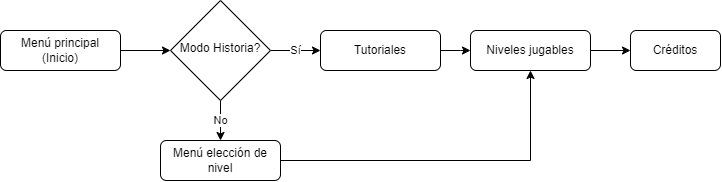
Before: Tesis/imagenes/FlujoDeJuego.png, a diagram exported from draw.io (AlasAltum/Thesis-IGACSE). Source tidied: cells renumbered, new cells last; positions are measured from the earlier drawing's top-left corner, leaving out a move shared by most shapes.
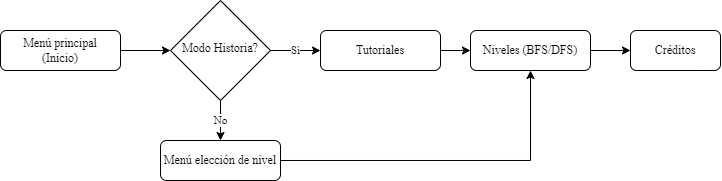
After the commit.

Change to the diagram source:
```diff
@@ -2,42 +2,42 @@
   <root>
     <mxCell id="0" />
     <mxCell id="1" parent="0" />
-    <mxCell id="2" style="edgeStyle=orthogonalEdgeStyle;rounded=0;jettySize=auto;html=1;entryX=0;entryY=0.5;entryDx=0;entryDy=0;" parent="1" edge="1" source="3" target="6">
+    <mxCell id="2" style="edgeStyle=orthogonalEdgeStyle;rounded=0;jettySize=auto;html=1;entryX=0;entryY=0.5;entryDx=0;entryDy=0;fontFamily=Times New Roman;" parent="1" edge="1" source="3" target="6">
       <mxGeometry relative="1" as="geometry" />
     </mxCell>
-    <mxCell id="3" value="Menú principal&lt;br&gt;(Inicio)" style="rounded=1;whiteSpace=wrap;html=1;fontSize=12;glass=0;strokeWidth=1;shadow=0;" parent="1" vertex="1">
+    <mxCell id="3" value="Menú principal&lt;br&gt;(Inicio)" style="rounded=1;whiteSpace=wrap;html=1;fontSize=12;glass=0;strokeWidth=1;shadow=0;fontFamily=Times New Roman;" parent="1" vertex="1">
       <mxGeometry y="30" width="120" height="40" as="geometry" />
     </mxCell>
-    <mxCell id="4" value="Sí" style="edgeStyle=orthogonalEdgeStyle;rounded=0;jettySize=auto;html=1;entryX=0;entryY=0.5;entryDx=0;entryDy=0;" parent="1" edge="1" source="6" target="10">
+    <mxCell id="4" value="Sí" style="edgeStyle=orthogonalEdgeStyle;rounded=0;jettySize=auto;html=1;entryX=0;entryY=0.5;entryDx=0;entryDy=0;fontFamily=Times New Roman;" parent="1" edge="1" source="6" target="10">
       <mxGeometry relative="1" as="geometry" />
     </mxCell>
-    <mxCell id="5" value="No" style="edgeStyle=orthogonalEdgeStyle;rounded=0;jettySize=auto;html=1;entryX=0.5;entryY=0;entryDx=0;entryDy=0;" parent="1" edge="1" source="6" target="8">
+    <mxCell id="5" value="No" style="edgeStyle=orthogonalEdgeStyle;rounded=0;jettySize=auto;html=1;entryX=0.5;entryY=0;entryDx=0;entryDy=0;fontFamily=Times New Roman;" parent="1" edge="1" source="6" target="8">
       <mxGeometry relative="1" as="geometry" />
     </mxCell>
-    <mxCell id="6" value="Modo Historia?" style="rhombus;whiteSpace=wrap;html=1;shadow=0;fontFamily=Helvetica;fontSize=12;align=center;strokeWidth=1;spacing=6;spacingTop=-4;" parent="1" vertex="1">
+    <mxCell id="6" value="Modo Historia?" style="rhombus;whiteSpace=wrap;html=1;shadow=0;fontFamily=Times New Roman;fontSize=12;align=center;strokeWidth=1;spacing=6;spacingTop=-4;" parent="1" vertex="1">
       <mxGeometry x="170" width="100" height="100" as="geometry" />
     </mxCell>
-    <mxCell id="7" style="edgeStyle=orthogonalEdgeStyle;rounded=0;jettySize=auto;html=1;entryX=0.5;entryY=1;entryDx=0;entryDy=0;" parent="1" edge="1" source="8" target="12">
+    <mxCell id="7" style="edgeStyle=orthogonalEdgeStyle;rounded=0;jettySize=auto;html=1;entryX=0.5;entryY=1;entryDx=0;entryDy=0;fontFamily=Times New Roman;" parent="1" edge="1" source="8" target="12">
       <mxGeometry relative="1" as="geometry" />
     </mxCell>
-    <mxCell id="8" value="Menú elección de nivel" style="rounded=1;whiteSpace=wrap;html=1;fontSize=12;glass=0;strokeWidth=1;shadow=0;" parent="1" vertex="1">
+    <mxCell id="8" value="Menú elección de nivel" style="rounded=1;whiteSpace=wrap;html=1;fontSize=12;glass=0;strokeWidth=1;shadow=0;fontFamily=Times New Roman;" parent="1" vertex="1">
       <mxGeometry x="160" y="140" width="120" height="40" as="geometry" />
     </mxCell>
-    <mxCell id="9" style="edgeStyle=orthogonalEdgeStyle;rounded=0;jettySize=auto;html=1;" parent="1" edge="1" source="10">
+    <mxCell id="9" style="edgeStyle=orthogonalEdgeStyle;rounded=0;jettySize=auto;html=1;fontFamily=Times New Roman;" parent="1" edge="1" source="10">
       <mxGeometry relative="1" as="geometry">
         <mxPoint x="470" y="50" as="targetPoint" />
       </mxGeometry>
     </mxCell>
-    <mxCell id="10" value="Tutoriales" style="rounded=1;whiteSpace=wrap;html=1;fontSize=12;glass=0;strokeWidth=1;shadow=0;" parent="1" vertex="1">
+    <mxCell id="10" value="Tutoriales" style="rounded=1;whiteSpace=wrap;html=1;fontSize=12;glass=0;strokeWidth=1;shadow=0;fontFamily=Times New Roman;" parent="1" vertex="1">
       <mxGeometry x="320" y="30" width="120" height="40" as="geometry" />
     </mxCell>
-    <mxCell id="11" style="edgeStyle=orthogonalEdgeStyle;rounded=0;jettySize=auto;html=1;entryX=0;entryY=0.5;entryDx=0;entryDy=0;" parent="1" edge="1" source="12" target="13">
+    <mxCell id="11" style="edgeStyle=orthogonalEdgeStyle;rounded=0;jettySize=auto;html=1;entryX=0;entryY=0.5;entryDx=0;entryDy=0;fontFamily=Times New Roman;" parent="1" edge="1" source="12" target="13">
       <mxGeometry relative="1" as="geometry" />
     </mxCell>
-    <mxCell id="12" value="Niveles jugables" style="rounded=1;whiteSpace=wrap;html=1;fontSize=12;glass=0;strokeWidth=1;shadow=0;" parent="1" vertex="1">
+    <mxCell id="12" value="Niveles (BFS/DFS)" style="rounded=1;whiteSpace=wrap;html=1;fontSize=12;glass=0;strokeWidth=1;shadow=0;fontFamily=Times New Roman;" parent="1" vertex="1">
       <mxGeometry x="470" y="30" width="120" height="40" as="geometry" />
     </mxCell>
-    <mxCell id="13" value="Créditos" style="rounded=1;whiteSpace=wrap;html=1;fontSize=12;glass=0;strokeWidth=1;shadow=0;" parent="1" vertex="1">
+    <mxCell id="13" value="Créditos" style="rounded=1;whiteSpace=wrap;html=1;fontSize=12;glass=0;strokeWidth=1;shadow=0;fontFamily=Times New Roman;" parent="1" vertex="1">
       <mxGeometry x="630" y="30" width="90" height="40" as="geometry" />
     </mxCell>
   </root>
```
